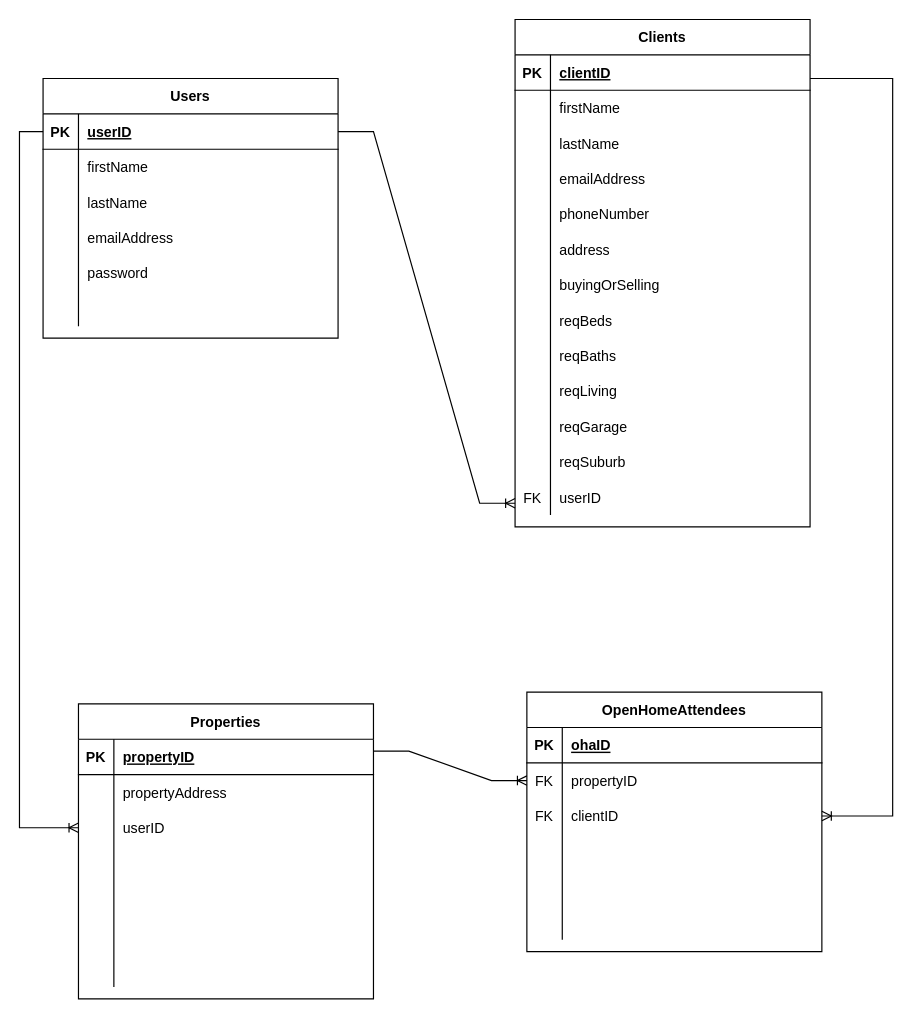
This is BackEnd/DatabaseModels/PhysicalModel.drawio from EmCorkindale/CapstoneProject, a draw.io file, before an edit. Source tidied: cells renumbered, new cells numbered last; positions are measured from the earlier drawing's top-left corner, leaving out a move shared by most shapes. Both pictures are drawn from the tidied source at 118%, with x=0, y=0 at pixel (19, 19).
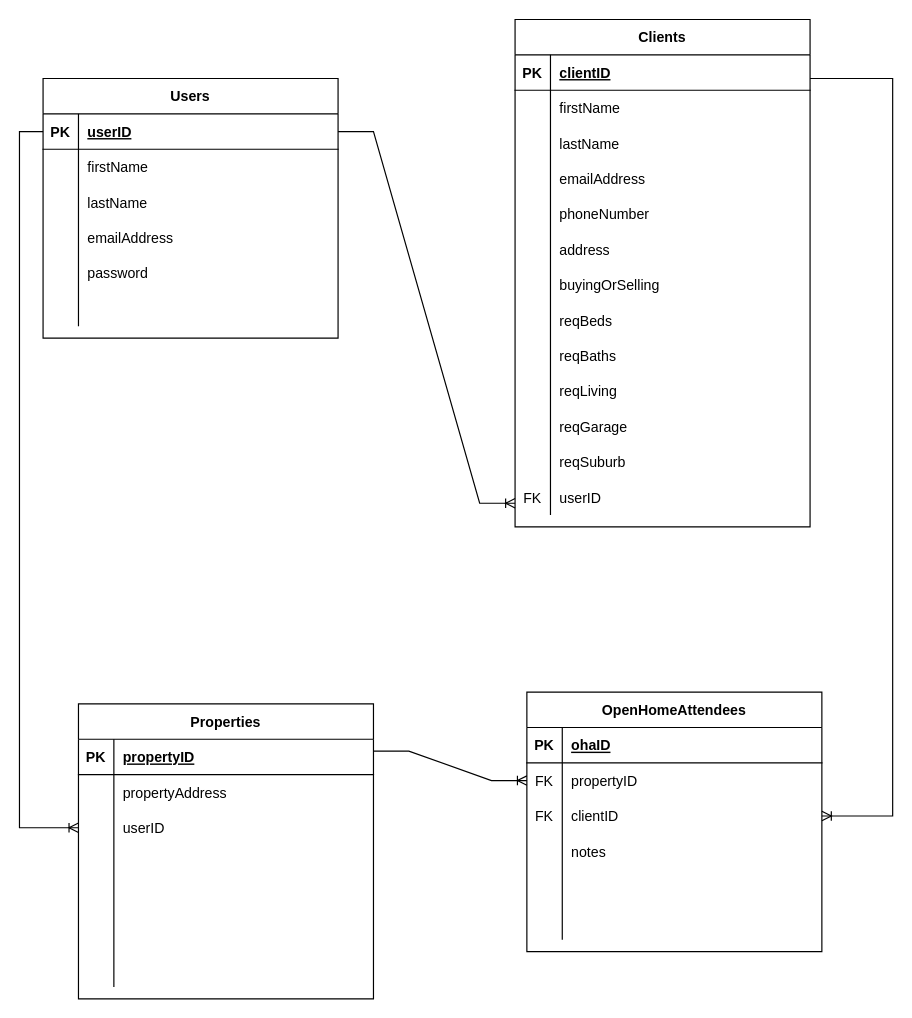
The same page after the edit.

Unchanged cells that the change refers to:
```xml
<mxCell id="93" style="shape=partialRectangle;fillColor=none;top=0;left=0;right=0;bottom=0;" parent="83" vertex="1">
  <mxGeometry y="120" width="250" height="30" as="geometry" />
</mxCell>
```

The edit, as a diff of the source:
```diff
@@
-    <mxCell id="95" style="shape=partialRectangle;overflow=hidden;fillColor=none;top=0;left=0;bottom=0;right=0;align=left;spacingLeft=6;" parent="93" vertex="1">
+    <mxCell id="95" value="notes" style="shape=partialRectangle;overflow=hidden;fillColor=none;top=0;left=0;bottom=0;right=0;align=left;spacingLeft=6;" parent="93" vertex="1">
       <mxGeometry x="30" width="220" height="30" as="geometry" />
     </mxCell>
```
